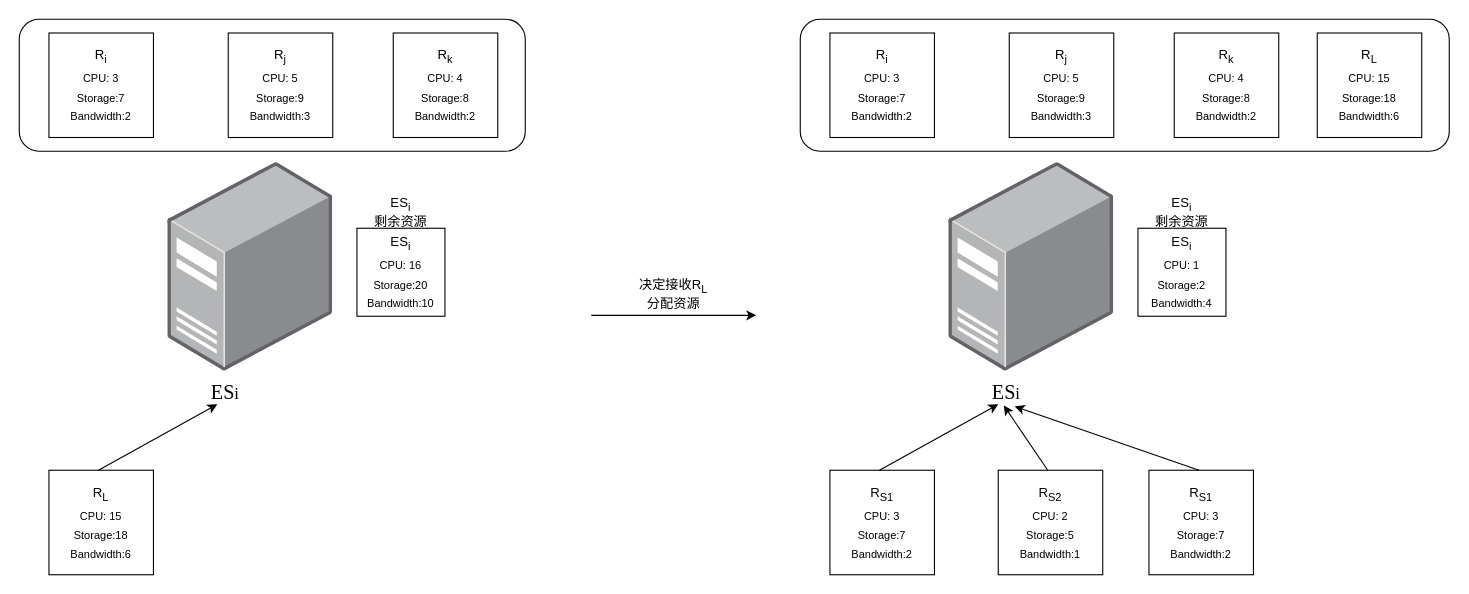
The draw.io diagram Mobility.drawio in DCLe-DA/Learning-DL-by-Hand, before the edit. Source tidied: cells renumbered, new cells numbered last; positions are measured from the earlier drawing's top-left corner, leaving out a move shared by most shapes. Both pictures are drawn from the tidied source at 110%, with x=0, y=0 at pixel (19, 19).
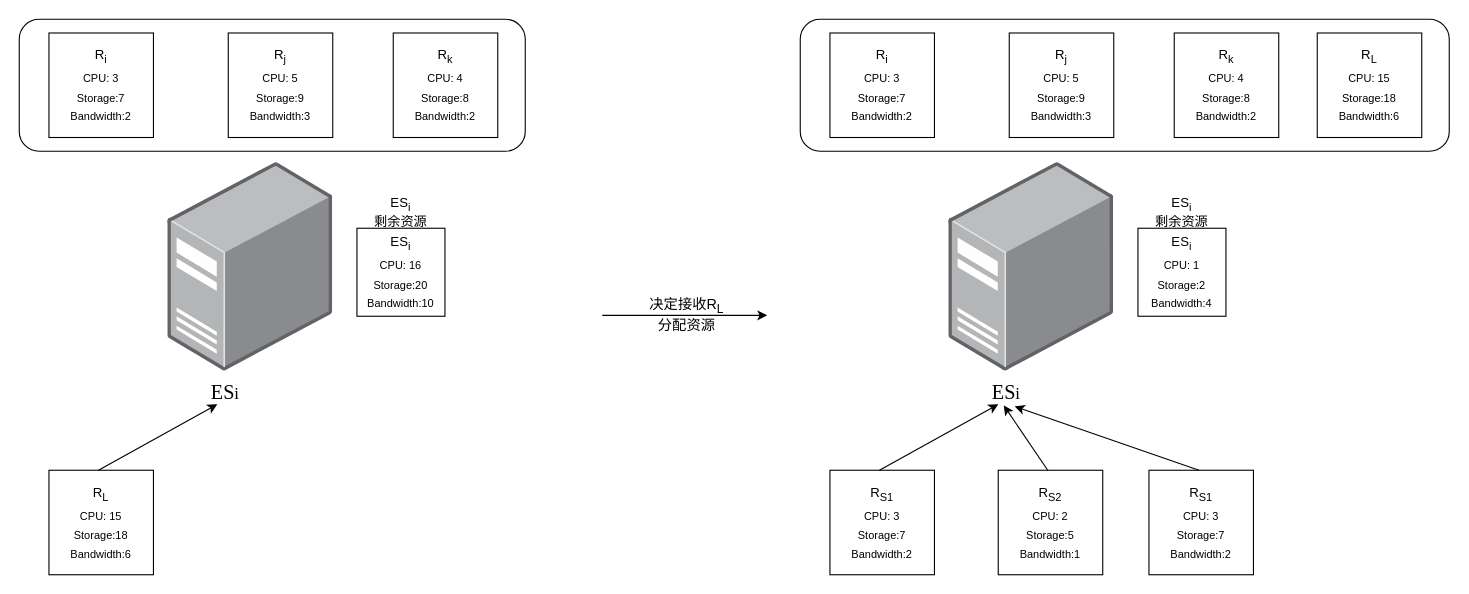
The same diagram, later.

The edit, as a diff of the source:
```diff
@@
     <mxCell id="22" style="endArrow=classic;html=1;rounded=0;" parent="1" edge="1">
       <mxGeometry relative="1" as="geometry">
-        <mxPoint x="520" y="269.2" as="sourcePoint" />
-        <mxPoint x="670" y="269.2" as="targetPoint" />
+        <mxPoint x="530" y="269.2" as="sourcePoint" />
+        <mxPoint x="680" y="269.2" as="targetPoint" />
       </mxGeometry>
     </mxCell>
@@
-    <mxCell id="28" value="决定接收R&lt;sub&gt;L&lt;/sub&gt;&lt;br&gt;分配资源" style="text;strokeColor=none;align=center;fillColor=none;html=1;verticalAlign=middle;whiteSpace=wrap;rounded=0;" parent="1" vertex="1">
-      <mxGeometry x="550" y="230" width="90" height="40" as="geometry" />
+    <mxCell id="28" value="&lt;font style=&quot;font-size: 13px;&quot;&gt;决定接收R&lt;sub&gt;L&lt;/sub&gt;&lt;br&gt;分配资源&lt;/font&gt;" style="text;strokeColor=none;align=center;fillColor=none;html=1;verticalAlign=middle;whiteSpace=wrap;rounded=0;" parent="1" vertex="1">
+      <mxGeometry x="557" y="244" width="100" height="50" as="geometry" />
     </mxCell>
```
